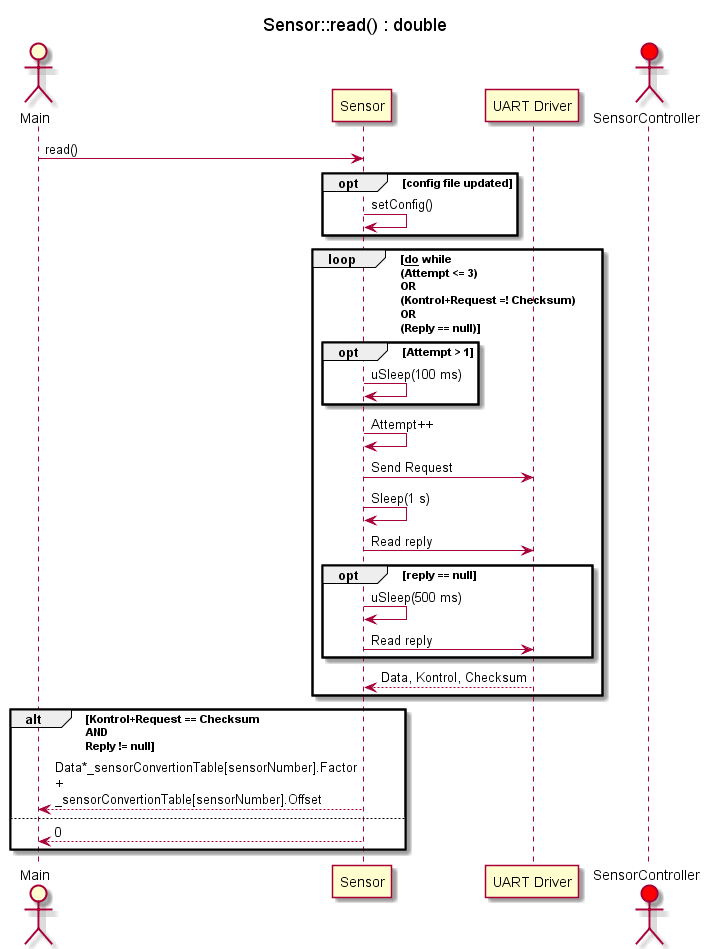
This is Design/SE/SensorController Driver/SD_read/SD_SensorControllerRead.png from Solvgraa-mager/E4PRJ4, a PlantUML export, as it was before one commit.
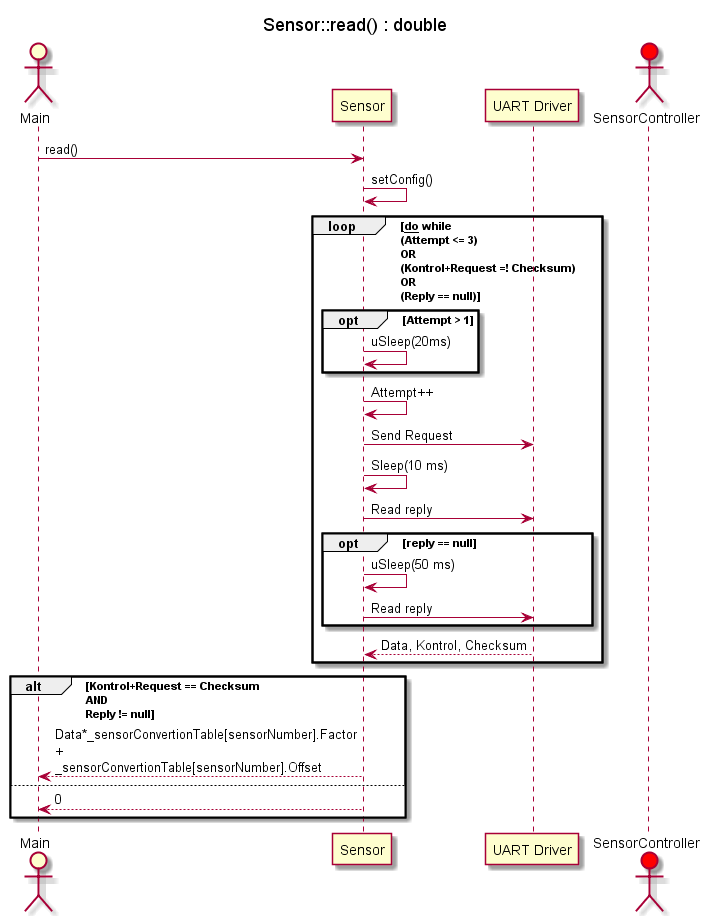
After the commit.

Diff of the diagram source:
```diff
@@ -12,20 +12,18 @@
 
 Main -> SD : read()
 
-opt config file updated
 SD -> SD : setConfig()
-end
 
 loop <u>do</u> while \n(Attempt <= 3) \nOR \n(Kontrol+Request =! Checksum) \nOR \n(Reply == null)
     opt Attempt > 1
-        SD -> SD : uSleep(100 ms)
+        SD -> SD : uSleep(20ms)
     end opt
     SD -> SD : Attempt++
     SD -> UART : Send Request
-    SD -> SD : Sleep(1 s)
+    SD -> SD : Sleep(10 ms)
     SD -> UART : Read reply
     opt reply == null
-        SD -> SD : uSleep(500 ms)
+        SD -> SD : uSleep(50 ms)
         SD -> UART : Read reply
     end opt
     UART --> SD : Data, Kontrol, Checksum
```
